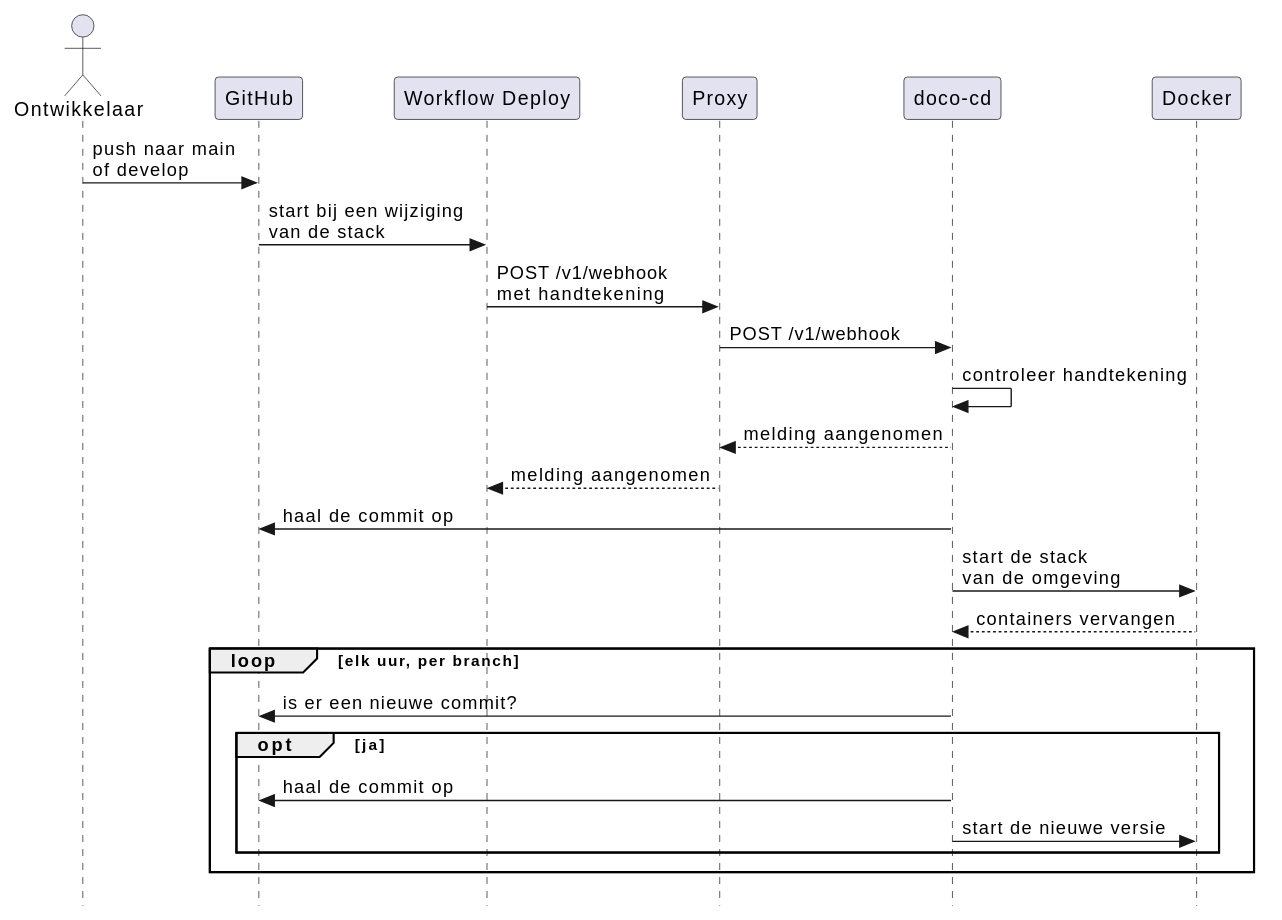
Earlier version of the PlantUML export docs/diagrams/uitrol-sequence.svg (HAN-Craftsmanship-KL-JJG/casus).
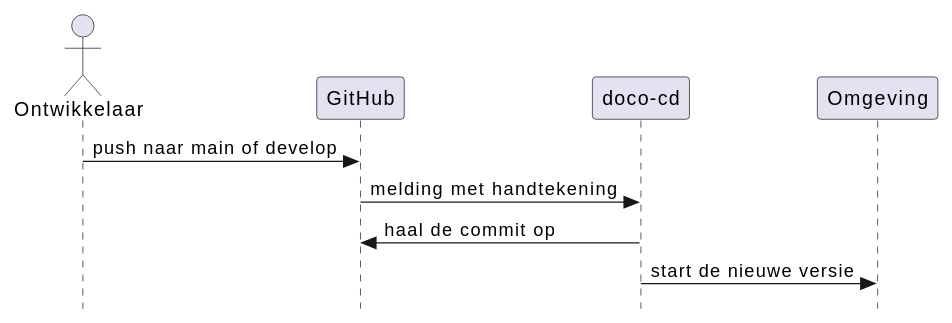
The same diagram one commit later.

Commit message:
docs: simplify the deployment diagrams

Change to the diagram source:
```diff
@@ -5,27 +5,11 @@
 
 actor Ontwikkelaar as dev
 participant GitHub as github
-participant "Workflow Deploy" as workflow
-participant Proxy as proxy
 participant "doco-cd" as dococd
-participant Docker as docker
+participant Omgeving as env
 
-dev -> github : push naar main\nof develop
-github -> workflow : start bij een wijziging\nvan de stack
-workflow -> proxy : POST /v1/webhook\nmet handtekening
-proxy -> dococd : POST /v1/webhook
-dococd -> dococd : controleer handtekening
-dococd --> proxy : melding aangenomen
-proxy --> workflow : melding aangenomen
+dev -> github : push naar main of develop
+github -> dococd : melding met handtekening
 dococd -> github : haal de commit op
-dococd -> docker : start de stack\nvan de omgeving
-docker --> dococd : containers vervangen
-
-loop elk uur, per branch
-  dococd -> github : is er een nieuwe commit?
-  opt ja
-    dococd -> github : haal de commit op
-    dococd -> docker : start de nieuwe versie
-  end
-end
+dococd -> env : start de nieuwe versie
 @enduml
```
